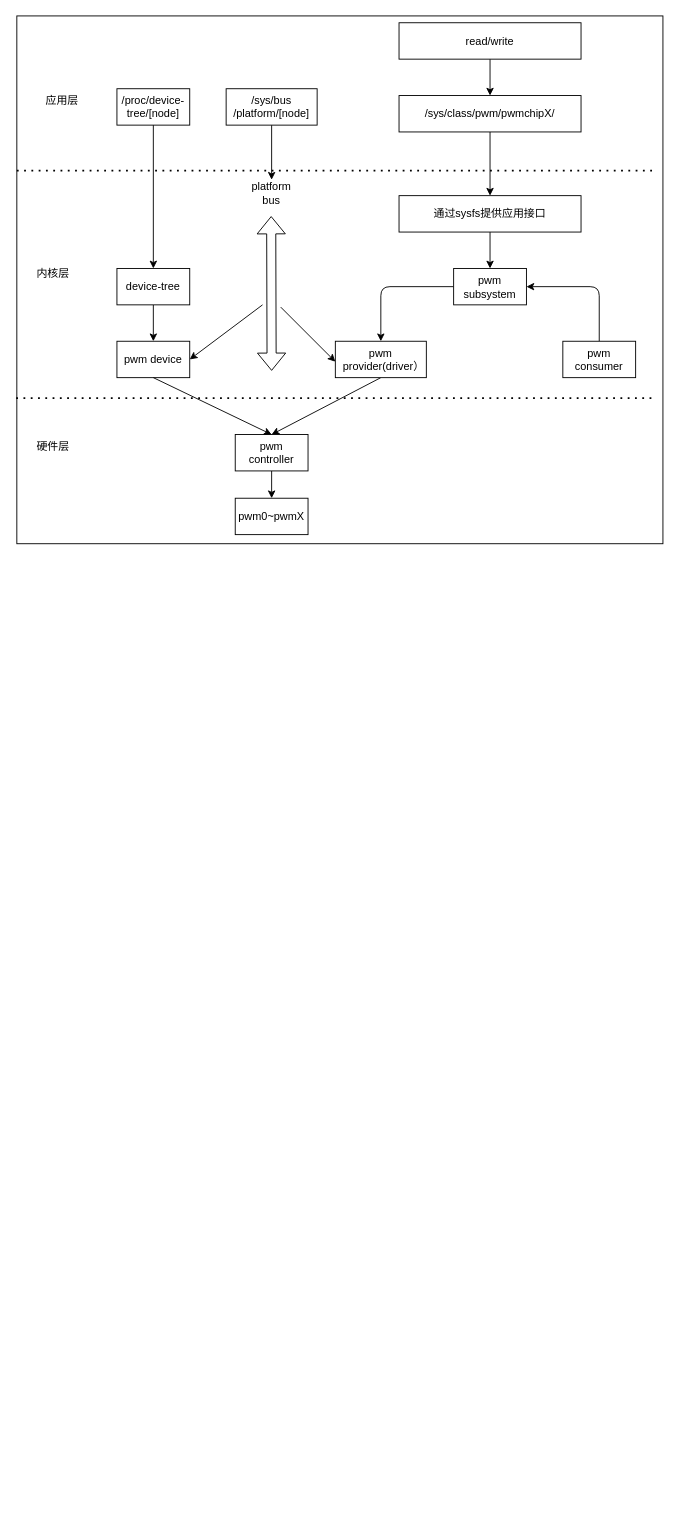
This is page "pwm" (12 of 13) of src/file/tree.drawio from zc110747/build_embed_linux_system, a draw.io file, before an edit. Source tidied: cells renumbered, new cells numbered last; positions are measured from the earlier drawing's top-left corner, leaving out a move shared by most shapes. Both pictures are drawn from the tidied source at 91%, with x=0, y=0 at pixel (16, 15).
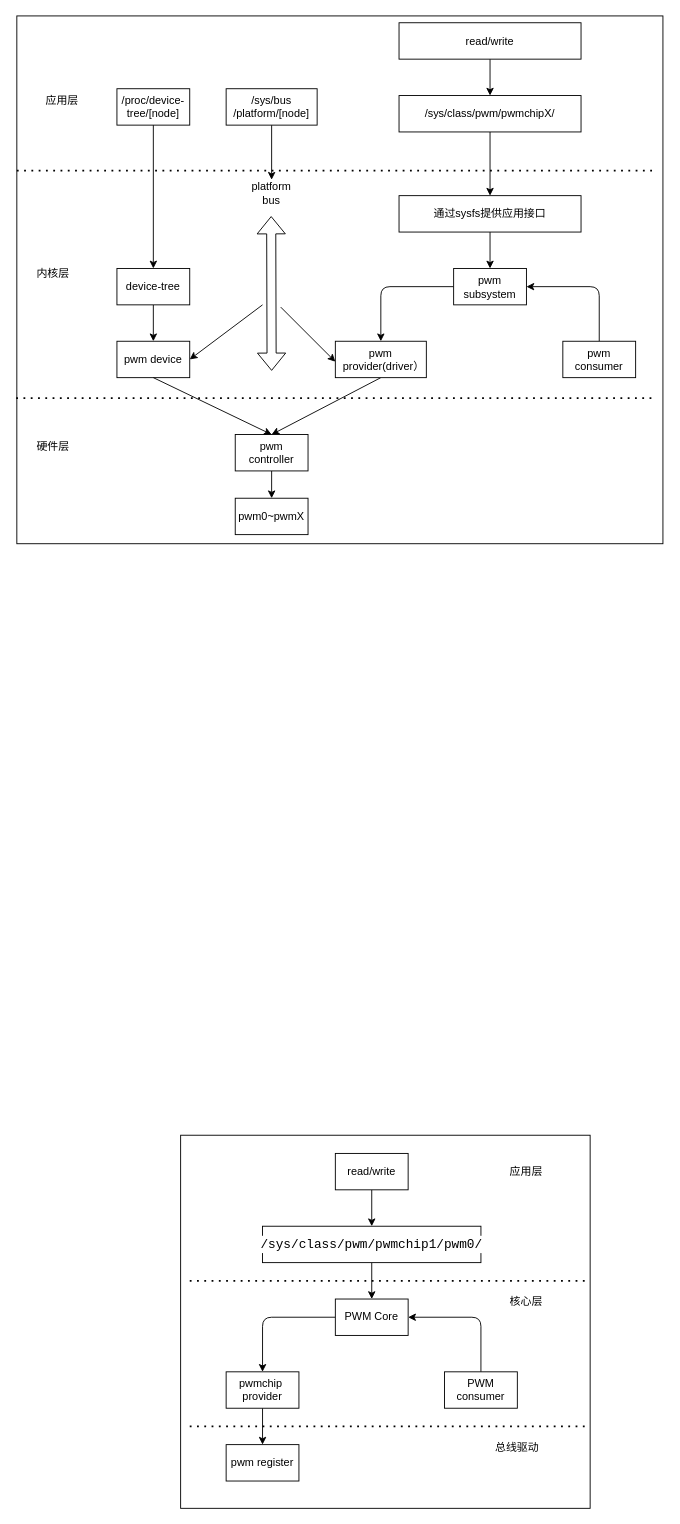
After the change.

Change to the diagram source:
```diff
@@
+    <mxCell id="35" style="rounded=0;whiteSpace=wrap;html=1;" parent="1" vertex="1">
+      <mxGeometry x="180" y="1230" width="450" height="410" as="geometry" />
+    </mxCell>
+    <mxCell id="36" style="edgeStyle=none;html=1;entryX=0.5;entryY=0;entryDx=0;entryDy=0;" parent="1" edge="1" source="37" target="39">
+      <mxGeometry relative="1" as="geometry" />
+    </mxCell>
+    <mxCell id="37" value="read/write" style="rounded=0;whiteSpace=wrap;html=1;" parent="1" vertex="1">
+      <mxGeometry x="350" y="1250" width="80" height="40" as="geometry" />
+    </mxCell>
+    <mxCell id="38" style="edgeStyle=none;html=1;entryX=0.5;entryY=0;entryDx=0;entryDy=0;" parent="1" edge="1" source="39" target="41">
+      <mxGeometry relative="1" as="geometry" />
+    </mxCell>
+    <mxCell id="39" value="&lt;div style=&quot;font-family: Consolas, &amp;quot;Courier New&amp;quot;, monospace; font-size: 14px; line-height: 19px;&quot;&gt;/sys/class/pwm/pwmchip1/pwm0/&lt;/div&gt;" style="rounded=0;whiteSpace=wrap;html=1;labelBackgroundColor=default;" parent="1" vertex="1">
+      <mxGeometry x="270" y="1330" width="240" height="40" as="geometry" />
+    </mxCell>
+    <mxCell id="40" style="edgeStyle=none;html=1;entryX=0.5;entryY=0;entryDx=0;entryDy=0;" parent="1" edge="1" source="41" target="43">
+      <mxGeometry relative="1" as="geometry">
+        <Array as="points">
+          <mxPoint x="270" y="1430" />
+        </Array>
+      </mxGeometry>
+    </mxCell>
+    <mxCell id="41" value="PWM Core" style="rounded=0;whiteSpace=wrap;html=1;" parent="1" vertex="1">
+      <mxGeometry x="350" y="1410" width="80" height="40" as="geometry" />
+    </mxCell>
+    <mxCell id="42" style="edgeStyle=none;html=1;entryX=0.5;entryY=0;entryDx=0;entryDy=0;" parent="1" edge="1" source="43" target="46">
+      <mxGeometry relative="1" as="geometry" />
+    </mxCell>
+    <mxCell id="43" value="pwmchip&amp;nbsp;&lt;br&gt;provider" style="rounded=0;whiteSpace=wrap;html=1;" parent="1" vertex="1">
+      <mxGeometry x="230" y="1490" width="80" height="40" as="geometry" />
+    </mxCell>
+    <mxCell id="44" style="edgeStyle=none;html=1;exitX=0.5;exitY=0;exitDx=0;exitDy=0;entryX=1;entryY=0.5;entryDx=0;entryDy=0;" parent="1" edge="1" source="45" target="41">
+      <mxGeometry relative="1" as="geometry">
+        <Array as="points">
+          <mxPoint x="510" y="1430" />
+        </Array>
+      </mxGeometry>
+    </mxCell>
+    <mxCell id="45" value="PWM&lt;br&gt;consumer" style="rounded=0;whiteSpace=wrap;html=1;" parent="1" vertex="1">
+      <mxGeometry x="470" y="1490" width="80" height="40" as="geometry" />
+    </mxCell>
+    <mxCell id="46" value="pwm register" style="rounded=0;whiteSpace=wrap;html=1;" parent="1" vertex="1">
+      <mxGeometry x="230" y="1570" width="80" height="40" as="geometry" />
+    </mxCell>
+    <mxCell id="47" style="endArrow=none;dashed=1;html=1;dashPattern=1 3;strokeWidth=2;" parent="1" edge="1">
+      <mxGeometry relative="1" as="geometry">
+        <mxPoint x="190" y="1390" as="sourcePoint" />
+        <mxPoint x="630" y="1390" as="targetPoint" />
+      </mxGeometry>
+    </mxCell>
+    <mxCell id="48" style="endArrow=none;dashed=1;html=1;dashPattern=1 3;strokeWidth=2;" parent="1" edge="1">
+      <mxGeometry relative="1" as="geometry">
+        <mxPoint x="190" y="1550" as="sourcePoint" />
+        <mxPoint x="630" y="1550" as="targetPoint" />
+      </mxGeometry>
+    </mxCell>
+    <mxCell id="49" value="应用层" style="text;html=1;strokeColor=none;fillColor=none;align=center;verticalAlign=middle;whiteSpace=wrap;rounded=0;" parent="1" vertex="1">
+      <mxGeometry x="530" y="1257.5" width="60" height="25" as="geometry" />
+    </mxCell>
+    <mxCell id="50" value="核心层" style="text;html=1;strokeColor=none;fillColor=none;align=center;verticalAlign=middle;whiteSpace=wrap;rounded=0;" parent="1" vertex="1">
+      <mxGeometry x="530" y="1400" width="60" height="25" as="geometry" />
+    </mxCell>
+    <mxCell id="51" value="总线驱动" style="text;html=1;strokeColor=none;fillColor=none;align=center;verticalAlign=middle;whiteSpace=wrap;rounded=0;" parent="1" vertex="1">
+      <mxGeometry x="520" y="1560" width="60" height="25" as="geometry" />
+    </mxCell>
```
